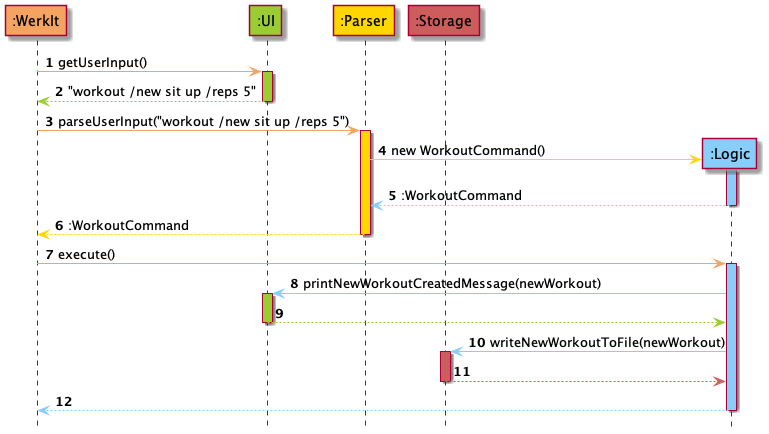
This is docs/uml/sequenceDiagrams/miscellaneous/images/ArchitectureSequenceDiagram.png from nus-cs2113-AY2122S2/tp, a PlantUML export, as it was before one commit. Source of this version:
```plantuml
@startuml
!include ../../Style.puml
hide footbox

autonumber

Participant ":WerkIt" as WerkIt #Sandybrown
Participant ":UI" as UI #YellowGreen
Participant ":Parser" as Parser #Gold
Participant ":Storage" as Storage #IndianRed

WerkIt -[#Sandybrown]> UI : getUserInput()
activate UI #YellowGreen
UI --[#YellowGreen]> WerkIt : "workout /new sit up /reps 5"
deactivate UI

WerkIt -[#Sandybrown]> Parser : parseUserInput("workout /new sit up /reps 5")
activate Parser #Gold

create ":Logic" as Logic #LightSkyBlue
Parser -[#Gold]> Logic : new WorkoutCommand()
activate Logic #LightSkyBlue
return #LightSkyBlue :WorkoutCommand

Parser --[#Gold]> WerkIt : :WorkoutCommand
deactivate Parser

WerkIt -[#Sandybrown]> Logic : execute()
activate Logic #LightSkyBlue

Logic -[#LightSkyBlue]> UI : printNewWorkoutCreatedMessage(newWorkout)
activate UI #YellowGreen
UI --[#YellowGreen]> Logic
deactivate UI

Logic -[#LightSkyBlue]> Storage : writeNewWorkoutToFile(newWorkout)
activate Storage #IndianRed
Storage --[#IndianRed]> Logic
deactivate Storage

Logic --[#LightSkyBlue]> WerkIt
deactivate Logic

@enduml
```
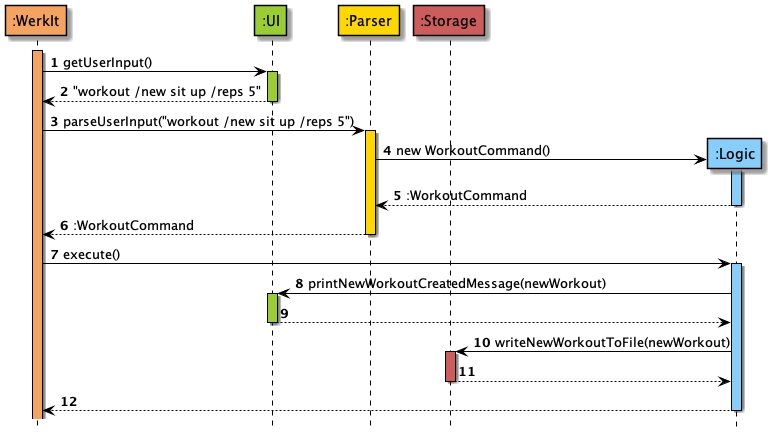
Later version of the same file.

Commit message:
Update DG sequence diagram

The edit, as a diff of the source:
```diff
@@ -9,36 +9,37 @@
 Participant ":Parser" as Parser #Gold
 Participant ":Storage" as Storage #IndianRed
 
-WerkIt -[#Sandybrown]> UI : getUserInput()
+activate WerkIt #Sandybrown
+WerkIt -> UI : getUserInput()
 activate UI #YellowGreen
-UI --[#YellowGreen]> WerkIt : "workout /new sit up /reps 5"
+return "workout /new sit up /reps 5"
 deactivate UI
 
-WerkIt -[#Sandybrown]> Parser : parseUserInput("workout /new sit up /reps 5")
+WerkIt -> Parser : parseUserInput("workout /new sit up /reps 5")
 activate Parser #Gold
 
 create ":Logic" as Logic #LightSkyBlue
-Parser -[#Gold]> Logic : new WorkoutCommand()
+Parser -> Logic : new WorkoutCommand()
 activate Logic #LightSkyBlue
-return #LightSkyBlue :WorkoutCommand
+return :WorkoutCommand
 
-Parser --[#Gold]> WerkIt : :WorkoutCommand
+Parser --> WerkIt : :WorkoutCommand
 deactivate Parser
 
-WerkIt -[#Sandybrown]> Logic : execute()
+WerkIt -> Logic : execute()
 activate Logic #LightSkyBlue
 
-Logic -[#LightSkyBlue]> UI : printNewWorkoutCreatedMessage(newWorkout)
+Logic -> UI : printNewWorkoutCreatedMessage(newWorkout)
 activate UI #YellowGreen
-UI --[#YellowGreen]> Logic
+return
 deactivate UI
 
-Logic -[#LightSkyBlue]> Storage : writeNewWorkoutToFile(newWorkout)
+Logic -> Storage : writeNewWorkoutToFile(newWorkout)
 activate Storage #IndianRed
-Storage --[#IndianRed]> Logic
+return
 deactivate Storage
 
-Logic --[#LightSkyBlue]> WerkIt
+Logic --> WerkIt
 deactivate Logic
 
 @enduml
```
